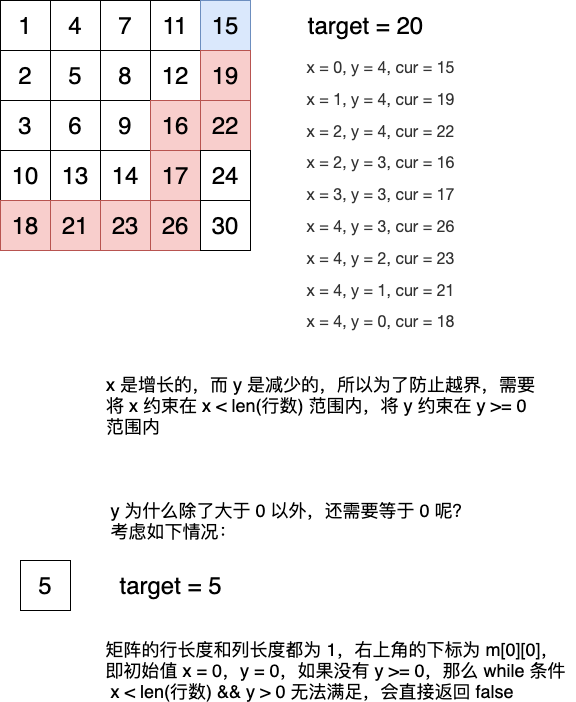
autsu/diagrams keeps this draw.io diagram as offer04-o1.png. Above is the earlier version. Source tidied: cells renumbered, new cells last; positions are measured from the earlier drawing's top-left corner, leaving out a move shared by most shapes.
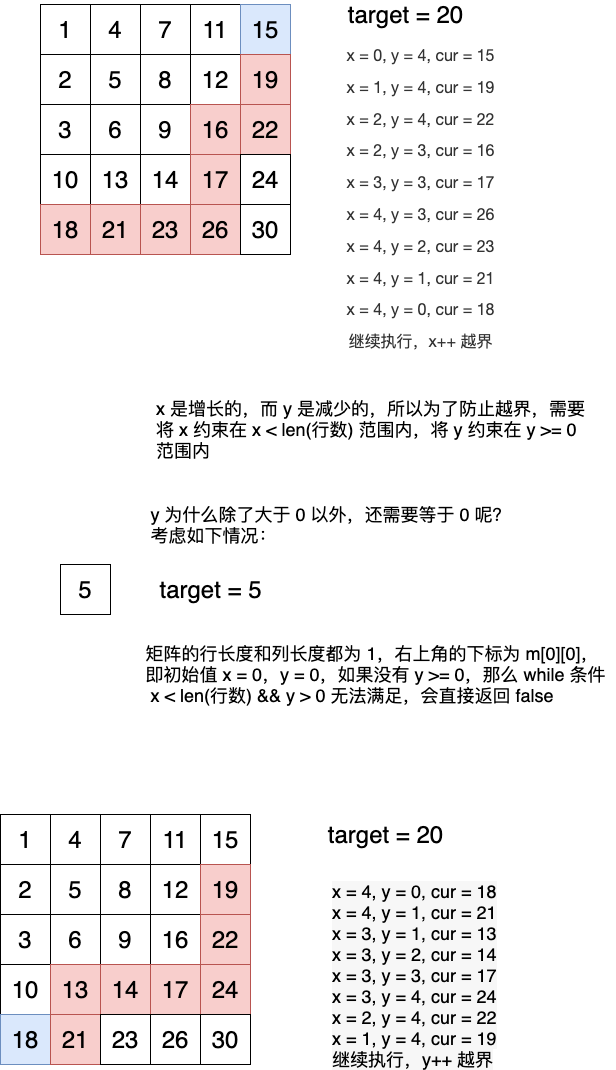
The same diagram one commit later.

The edit, as a diff of the source:
```diff
@@ -78,13 +78,13 @@
       <mxGeometry x="200" y="200" width="50" height="50" as="geometry" />
     </mxCell>
     <mxCell id="27" value="&lt;font style=&quot;font-size: 24px&quot;&gt;target = 20&lt;/font&gt;" style="text;html=1;align=center;verticalAlign=middle;fillColor=none;strokeColor=none;rounded=0;" parent="1" vertex="1">
-      <mxGeometry x="300" y="15" width="130" height="20" as="geometry" />
+      <mxGeometry x="300" width="130" height="20" as="geometry" />
     </mxCell>
-    <mxCell id="28" value="&lt;p class=&quot;md-end-block md-p md-focus&quot; style=&quot;box-sizing: border-box ; line-height: inherit ; margin: 0.8em 0px ; position: relative ; color: rgb(51 , 51 , 51) ; font-family: &amp;#34;open sans&amp;#34; , &amp;#34;clear sans&amp;#34; , &amp;#34;helvetica neue&amp;#34; , &amp;#34;helvetica&amp;#34; , &amp;#34;arial&amp;#34; , sans-serif ; font-size: 16px ; background-color: rgb(255 , 255 , 255)&quot;&gt;&lt;span class=&quot;md-plain&quot; style=&quot;box-sizing: border-box&quot;&gt;x = 0, y = 4, cur = 15 &lt;/span&gt;&lt;/p&gt;&lt;p class=&quot;md-end-block md-p&quot; style=&quot;box-sizing: border-box ; line-height: inherit ; margin: 0.8em 0px ; position: relative ; color: rgb(51 , 51 , 51) ; font-family: &amp;#34;open sans&amp;#34; , &amp;#34;clear sans&amp;#34; , &amp;#34;helvetica neue&amp;#34; , &amp;#34;helvetica&amp;#34; , &amp;#34;arial&amp;#34; , sans-serif ; font-size: 16px ; background-color: rgb(255 , 255 , 255)&quot;&gt;&lt;span class=&quot;md-plain&quot; style=&quot;box-sizing: border-box&quot;&gt;x = 1, y = 4, cur = 19 &lt;/span&gt;&lt;/p&gt;&lt;p class=&quot;md-end-block md-p&quot; style=&quot;box-sizing: border-box ; line-height: inherit ; margin: 0.8em 0px ; position: relative ; color: rgb(51 , 51 , 51) ; font-family: &amp;#34;open sans&amp;#34; , &amp;#34;clear sans&amp;#34; , &amp;#34;helvetica neue&amp;#34; , &amp;#34;helvetica&amp;#34; , &amp;#34;arial&amp;#34; , sans-serif ; font-size: 16px ; background-color: rgb(255 , 255 , 255)&quot;&gt;&lt;span class=&quot;md-plain&quot; style=&quot;box-sizing: border-box&quot;&gt;x = 2, y = 4, cur = 22&lt;/span&gt;&lt;/p&gt;&lt;p class=&quot;md-end-block md-p&quot; style=&quot;box-sizing: border-box ; line-height: inherit ; margin: 0.8em 0px ; position: relative ; color: rgb(51 , 51 , 51) ; font-family: &amp;#34;open sans&amp;#34; , &amp;#34;clear sans&amp;#34; , &amp;#34;helvetica neue&amp;#34; , &amp;#34;helvetica&amp;#34; , &amp;#34;arial&amp;#34; , sans-serif ; font-size: 16px ; background-color: rgb(255 , 255 , 255)&quot;&gt;&lt;span class=&quot;md-plain&quot; style=&quot;box-sizing: border-box&quot;&gt;x = 2, y = 3, cur = 16&lt;/span&gt;&lt;/p&gt;&lt;p class=&quot;md-end-block md-p&quot; style=&quot;box-sizing: border-box ; line-height: inherit ; margin: 0.8em 0px ; position: relative ; color: rgb(51 , 51 , 51) ; font-family: &amp;#34;open sans&amp;#34; , &amp;#34;clear sans&amp;#34; , &amp;#34;helvetica neue&amp;#34; , &amp;#34;helvetica&amp;#34; , &amp;#34;arial&amp;#34; , sans-serif ; font-size: 16px ; background-color: rgb(255 , 255 , 255)&quot;&gt;&lt;span class=&quot;md-plain&quot; style=&quot;box-sizing: border-box&quot;&gt;x = 3, y = 3, cur = 17&lt;/span&gt;&lt;/p&gt;&lt;p class=&quot;md-end-block md-p&quot; style=&quot;box-sizing: border-box ; line-height: inherit ; margin: 0.8em 0px ; position: relative ; color: rgb(51 , 51 , 51) ; font-family: &amp;#34;open sans&amp;#34; , &amp;#34;clear sans&amp;#34; , &amp;#34;helvetica neue&amp;#34; , &amp;#34;helvetica&amp;#34; , &amp;#34;arial&amp;#34; , sans-serif ; font-size: 16px ; background-color: rgb(255 , 255 , 255)&quot;&gt;&lt;span class=&quot;md-plain&quot; style=&quot;box-sizing: border-box&quot;&gt;x = 4, y = 3, cur = 26&lt;/span&gt;&lt;/p&gt;&lt;p class=&quot;md-end-block md-p&quot; style=&quot;box-sizing: border-box ; line-height: inherit ; margin: 0.8em 0px ; position: relative ; color: rgb(51 , 51 , 51) ; font-family: &amp;#34;open sans&amp;#34; , &amp;#34;clear sans&amp;#34; , &amp;#34;helvetica neue&amp;#34; , &amp;#34;helvetica&amp;#34; , &amp;#34;arial&amp;#34; , sans-serif ; font-size: 16px ; background-color: rgb(255 , 255 , 255)&quot;&gt;&lt;span class=&quot;md-plain&quot; style=&quot;box-sizing: border-box&quot;&gt;x = 4, y = 2, cur = 23&lt;/span&gt;&lt;/p&gt;&lt;p class=&quot;md-end-block md-p&quot; style=&quot;box-sizing: border-box ; line-height: inherit ; margin: 0.8em 0px ; position: relative ; color: rgb(51 , 51 , 51) ; font-family: &amp;#34;open sans&amp;#34; , &amp;#34;clear sans&amp;#34; , &amp;#34;helvetica neue&amp;#34; , &amp;#34;helvetica&amp;#34; , &amp;#34;arial&amp;#34; , sans-serif ; font-size: 16px ; background-color: rgb(255 , 255 , 255)&quot;&gt;&lt;span class=&quot;md-plain&quot; style=&quot;box-sizing: border-box&quot;&gt;x = 4, y = 1, cur = 21&lt;/span&gt;&lt;/p&gt;&lt;p class=&quot;md-end-block md-p&quot; style=&quot;box-sizing: border-box ; line-height: inherit ; margin: 0.8em 0px ; position: relative ; color: rgb(51 , 51 , 51) ; font-family: &amp;#34;open sans&amp;#34; , &amp;#34;clear sans&amp;#34; , &amp;#34;helvetica neue&amp;#34; , &amp;#34;helvetica&amp;#34; , &amp;#34;arial&amp;#34; , sans-serif ; font-size: 16px ; background-color: rgb(255 , 255 , 255)&quot;&gt;&lt;span class=&quot;md-plain&quot; style=&quot;box-sizing: border-box&quot;&gt;x = 4, y = 0, cur = 18&lt;/span&gt;&lt;/p&gt;&lt;p class=&quot;md-end-block md-p&quot; style=&quot;box-sizing: border-box ; line-height: inherit ; margin: 0.8em 0px ; position: relative ; color: rgb(51 , 51 , 51) ; font-family: &amp;#34;open sans&amp;#34; , &amp;#34;clear sans&amp;#34; , &amp;#34;helvetica neue&amp;#34; , &amp;#34;helvetica&amp;#34; , &amp;#34;arial&amp;#34; , sans-serif ; font-size: 16px ; background-color: rgb(255 , 255 , 255)&quot;&gt;&lt;br&gt;&lt;/p&gt;" style="text;html=1;align=center;verticalAlign=middle;fillColor=none;strokeColor=none;rounded=0;" parent="1" vertex="1">
-      <mxGeometry x="300" y="65" width="160" height="290" as="geometry" />
+    <mxCell id="28" value="&lt;p class=&quot;md-end-block md-p md-focus&quot; style=&quot;box-sizing: border-box ; line-height: inherit ; margin: 0.8em 0px ; position: relative ; color: rgb(51 , 51 , 51) ; font-family: &amp;#34;open sans&amp;#34; , &amp;#34;clear sans&amp;#34; , &amp;#34;helvetica neue&amp;#34; , &amp;#34;helvetica&amp;#34; , &amp;#34;arial&amp;#34; , sans-serif ; font-size: 16px ; background-color: rgb(255 , 255 , 255)&quot;&gt;&lt;span class=&quot;md-plain&quot; style=&quot;box-sizing: border-box&quot;&gt;x = 0, y = 4, cur = 15 &lt;/span&gt;&lt;/p&gt;&lt;p class=&quot;md-end-block md-p&quot; style=&quot;box-sizing: border-box ; line-height: inherit ; margin: 0.8em 0px ; position: relative ; color: rgb(51 , 51 , 51) ; font-family: &amp;#34;open sans&amp;#34; , &amp;#34;clear sans&amp;#34; , &amp;#34;helvetica neue&amp;#34; , &amp;#34;helvetica&amp;#34; , &amp;#34;arial&amp;#34; , sans-serif ; font-size: 16px ; background-color: rgb(255 , 255 , 255)&quot;&gt;&lt;span class=&quot;md-plain&quot; style=&quot;box-sizing: border-box&quot;&gt;x = 1, y = 4, cur = 19 &lt;/span&gt;&lt;/p&gt;&lt;p class=&quot;md-end-block md-p&quot; style=&quot;box-sizing: border-box ; line-height: inherit ; margin: 0.8em 0px ; position: relative ; color: rgb(51 , 51 , 51) ; font-family: &amp;#34;open sans&amp;#34; , &amp;#34;clear sans&amp;#34; , &amp;#34;helvetica neue&amp;#34; , &amp;#34;helvetica&amp;#34; , &amp;#34;arial&amp;#34; , sans-serif ; font-size: 16px ; background-color: rgb(255 , 255 , 255)&quot;&gt;&lt;span class=&quot;md-plain&quot; style=&quot;box-sizing: border-box&quot;&gt;x = 2, y = 4, cur = 22&lt;/span&gt;&lt;/p&gt;&lt;p class=&quot;md-end-block md-p&quot; style=&quot;box-sizing: border-box ; line-height: inherit ; margin: 0.8em 0px ; position: relative ; color: rgb(51 , 51 , 51) ; font-family: &amp;#34;open sans&amp;#34; , &amp;#34;clear sans&amp;#34; , &amp;#34;helvetica neue&amp;#34; , &amp;#34;helvetica&amp;#34; , &amp;#34;arial&amp;#34; , sans-serif ; font-size: 16px ; background-color: rgb(255 , 255 , 255)&quot;&gt;&lt;span class=&quot;md-plain&quot; style=&quot;box-sizing: border-box&quot;&gt;x = 2, y = 3, cur = 16&lt;/span&gt;&lt;/p&gt;&lt;p class=&quot;md-end-block md-p&quot; style=&quot;box-sizing: border-box ; line-height: inherit ; margin: 0.8em 0px ; position: relative ; color: rgb(51 , 51 , 51) ; font-family: &amp;#34;open sans&amp;#34; , &amp;#34;clear sans&amp;#34; , &amp;#34;helvetica neue&amp;#34; , &amp;#34;helvetica&amp;#34; , &amp;#34;arial&amp;#34; , sans-serif ; font-size: 16px ; background-color: rgb(255 , 255 , 255)&quot;&gt;&lt;span class=&quot;md-plain&quot; style=&quot;box-sizing: border-box&quot;&gt;x = 3, y = 3, cur = 17&lt;/span&gt;&lt;/p&gt;&lt;p class=&quot;md-end-block md-p&quot; style=&quot;box-sizing: border-box ; line-height: inherit ; margin: 0.8em 0px ; position: relative ; color: rgb(51 , 51 , 51) ; font-family: &amp;#34;open sans&amp;#34; , &amp;#34;clear sans&amp;#34; , &amp;#34;helvetica neue&amp;#34; , &amp;#34;helvetica&amp;#34; , &amp;#34;arial&amp;#34; , sans-serif ; font-size: 16px ; background-color: rgb(255 , 255 , 255)&quot;&gt;&lt;span class=&quot;md-plain&quot; style=&quot;box-sizing: border-box&quot;&gt;x = 4, y = 3, cur = 26&lt;/span&gt;&lt;/p&gt;&lt;p class=&quot;md-end-block md-p&quot; style=&quot;box-sizing: border-box ; line-height: inherit ; margin: 0.8em 0px ; position: relative ; color: rgb(51 , 51 , 51) ; font-family: &amp;#34;open sans&amp;#34; , &amp;#34;clear sans&amp;#34; , &amp;#34;helvetica neue&amp;#34; , &amp;#34;helvetica&amp;#34; , &amp;#34;arial&amp;#34; , sans-serif ; font-size: 16px ; background-color: rgb(255 , 255 , 255)&quot;&gt;&lt;span class=&quot;md-plain&quot; style=&quot;box-sizing: border-box&quot;&gt;x = 4, y = 2, cur = 23&lt;/span&gt;&lt;/p&gt;&lt;p class=&quot;md-end-block md-p&quot; style=&quot;box-sizing: border-box ; line-height: inherit ; margin: 0.8em 0px ; position: relative ; color: rgb(51 , 51 , 51) ; font-family: &amp;#34;open sans&amp;#34; , &amp;#34;clear sans&amp;#34; , &amp;#34;helvetica neue&amp;#34; , &amp;#34;helvetica&amp;#34; , &amp;#34;arial&amp;#34; , sans-serif ; font-size: 16px ; background-color: rgb(255 , 255 , 255)&quot;&gt;&lt;span class=&quot;md-plain&quot; style=&quot;box-sizing: border-box&quot;&gt;x = 4, y = 1, cur = 21&lt;/span&gt;&lt;/p&gt;&lt;p class=&quot;md-end-block md-p&quot; style=&quot;box-sizing: border-box ; line-height: inherit ; margin: 0.8em 0px ; position: relative ; color: rgb(51 , 51 , 51) ; font-family: &amp;#34;open sans&amp;#34; , &amp;#34;clear sans&amp;#34; , &amp;#34;helvetica neue&amp;#34; , &amp;#34;helvetica&amp;#34; , &amp;#34;arial&amp;#34; , sans-serif ; font-size: 16px ; background-color: rgb(255 , 255 , 255)&quot;&gt;&lt;span class=&quot;md-plain&quot; style=&quot;box-sizing: border-box&quot;&gt;x = 4, y = 0, cur = 18&lt;/span&gt;&lt;/p&gt;&lt;p class=&quot;md-end-block md-p&quot; style=&quot;box-sizing: border-box ; line-height: inherit ; margin: 0.8em 0px ; position: relative ; color: rgb(51 , 51 , 51) ; font-family: &amp;#34;open sans&amp;#34; , &amp;#34;clear sans&amp;#34; , &amp;#34;helvetica neue&amp;#34; , &amp;#34;helvetica&amp;#34; , &amp;#34;arial&amp;#34; , sans-serif ; font-size: 16px ; background-color: rgb(255 , 255 , 255)&quot;&gt;&lt;span class=&quot;md-plain&quot; style=&quot;box-sizing: border-box&quot;&gt;继续执行，x++ 越界&lt;/span&gt;&lt;/p&gt;&lt;p class=&quot;md-end-block md-p&quot; style=&quot;box-sizing: border-box ; line-height: inherit ; margin: 0.8em 0px ; position: relative ; color: rgb(51 , 51 , 51) ; font-family: &amp;#34;open sans&amp;#34; , &amp;#34;clear sans&amp;#34; , &amp;#34;helvetica neue&amp;#34; , &amp;#34;helvetica&amp;#34; , &amp;#34;arial&amp;#34; , sans-serif ; font-size: 16px ; background-color: rgb(255 , 255 , 255)&quot;&gt;&lt;br&gt;&lt;/p&gt;" style="text;html=1;align=center;verticalAlign=middle;fillColor=none;strokeColor=none;rounded=0;" parent="1" vertex="1">
+      <mxGeometry x="300" y="55" width="160" height="310" as="geometry" />
     </mxCell>
     <mxCell id="29" value="&lt;font style=&quot;font-size: 18px&quot;&gt;x 是增长的，而 y 是减少的，所以为了防止越界，需要&lt;br&gt;&lt;div style=&quot;text-align: left&quot;&gt;&lt;span&gt;将 x 约束在 x &amp;lt; len(行数) 范围内，将 y 约束在 y &amp;gt;= 0&lt;/span&gt;&lt;/div&gt;&lt;div style=&quot;text-align: left&quot;&gt;&lt;span&gt;范围内&amp;nbsp;&amp;nbsp;&lt;/span&gt;&lt;/div&gt;&lt;/font&gt;" style="text;html=1;align=center;verticalAlign=middle;fillColor=none;strokeColor=none;rounded=0;" parent="1" vertex="1">
-      <mxGeometry x="100" y="380" width="440" height="50" as="geometry" />
+      <mxGeometry x="110" y="400" width="440" height="50" as="geometry" />
     </mxCell>
     <mxCell id="30" value="&lt;font style=&quot;font-size: 24px&quot;&gt;5&lt;/font&gt;" style="rounded=0;whiteSpace=wrap;html=1;" parent="1" vertex="1">
       <mxGeometry x="20" y="560" width="50" height="50" as="geometry" />
@@ -98,5 +98,86 @@
     <mxCell id="33" value="&lt;font style=&quot;font-size: 24px&quot;&gt;target = 5&lt;/font&gt;" style="text;html=1;align=center;verticalAlign=middle;fillColor=none;strokeColor=none;rounded=0;" parent="1" vertex="1">
       <mxGeometry x="110" y="575" width="120" height="20" as="geometry" />
     </mxCell>
+    <mxCell id="34" value="&lt;font style=&quot;font-size: 24px&quot;&gt;1&lt;/font&gt;" style="rounded=0;whiteSpace=wrap;html=1;" parent="1" vertex="1">
+      <mxGeometry x="-40" y="810" width="50" height="50" as="geometry" />
+    </mxCell>
+    <mxCell id="35" value="&lt;font style=&quot;font-size: 24px&quot;&gt;4&lt;/font&gt;" style="rounded=0;whiteSpace=wrap;html=1;" parent="1" vertex="1">
+      <mxGeometry x="10" y="810" width="50" height="50" as="geometry" />
+    </mxCell>
+    <mxCell id="36" value="&lt;font style=&quot;font-size: 24px&quot;&gt;7&lt;/font&gt;" style="rounded=0;whiteSpace=wrap;html=1;" parent="1" vertex="1">
+      <mxGeometry x="60" y="810" width="50" height="50" as="geometry" />
+    </mxCell>
+    <mxCell id="37" value="&lt;font style=&quot;font-size: 24px&quot;&gt;11&lt;/font&gt;" style="rounded=0;whiteSpace=wrap;html=1;" parent="1" vertex="1">
+      <mxGeometry x="110" y="810" width="50" height="50" as="geometry" />
+    </mxCell>
+    <mxCell id="38" value="&lt;font style=&quot;font-size: 24px&quot;&gt;15&lt;/font&gt;" style="rounded=0;whiteSpace=wrap;html=1;" parent="1" vertex="1">
+      <mxGeometry x="160" y="810" width="50" height="50" as="geometry" />
+    </mxCell>
+    <mxCell id="39" value="&lt;font style=&quot;font-size: 24px&quot;&gt;2&lt;/font&gt;" style="rounded=0;whiteSpace=wrap;html=1;" parent="1" vertex="1">
+      <mxGeometry x="-40" y="860" width="50" height="50" as="geometry" />
+    </mxCell>
+    <mxCell id="40" value="&lt;font style=&quot;font-size: 24px&quot;&gt;5&lt;/font&gt;" style="rounded=0;whiteSpace=wrap;html=1;" parent="1" vertex="1">
+      <mxGeometry x="10" y="860" width="50" height="50" as="geometry" />
+    </mxCell>
+    <mxCell id="41" value="&lt;font style=&quot;font-size: 24px&quot;&gt;8&lt;/font&gt;" style="rounded=0;whiteSpace=wrap;html=1;" parent="1" vertex="1">
+      <mxGeometry x="60" y="860" width="50" height="50" as="geometry" />
+    </mxCell>
+    <mxCell id="42" value="&lt;font style=&quot;font-size: 24px&quot;&gt;12&lt;/font&gt;" style="rounded=0;whiteSpace=wrap;html=1;" parent="1" vertex="1">
+      <mxGeometry x="110" y="860" width="50" height="50" as="geometry" />
+    </mxCell>
+    <mxCell id="43" value="&lt;font style=&quot;font-size: 24px&quot;&gt;19&lt;/font&gt;" style="rounded=0;whiteSpace=wrap;html=1;fillColor=#f8cecc;strokeColor=#b85450;" parent="1" vertex="1">
+      <mxGeometry x="160" y="860" width="50" height="50" as="geometry" />
+    </mxCell>
+    <mxCell id="44" value="&lt;font style=&quot;font-size: 24px&quot;&gt;3&lt;/font&gt;" style="rounded=0;whiteSpace=wrap;html=1;" parent="1" vertex="1">
+      <mxGeometry x="-40" y="910" width="50" height="50" as="geometry" />
+    </mxCell>
+    <mxCell id="45" value="&lt;font style=&quot;font-size: 24px&quot;&gt;6&lt;/font&gt;" style="rounded=0;whiteSpace=wrap;html=1;" parent="1" vertex="1">
+      <mxGeometry x="10" y="910" width="50" height="50" as="geometry" />
+    </mxCell>
+    <mxCell id="46" value="&lt;font style=&quot;font-size: 24px&quot;&gt;9&lt;/font&gt;" style="rounded=0;whiteSpace=wrap;html=1;" parent="1" vertex="1">
+      <mxGeometry x="60" y="910" width="50" height="50" as="geometry" />
+    </mxCell>
+    <mxCell id="47" value="&lt;font style=&quot;font-size: 24px&quot;&gt;16&lt;/font&gt;" style="rounded=0;whiteSpace=wrap;html=1;" parent="1" vertex="1">
+      <mxGeometry x="110" y="910" width="50" height="50" as="geometry" />
+    </mxCell>
+    <mxCell id="48" value="&lt;font style=&quot;font-size: 24px&quot;&gt;22&lt;/font&gt;" style="rounded=0;whiteSpace=wrap;html=1;fillColor=#f8cecc;strokeColor=#b85450;" parent="1" vertex="1">
+      <mxGeometry x="160" y="910" width="50" height="50" as="geometry" />
+    </mxCell>
+    <mxCell id="49" value="&lt;font style=&quot;font-size: 24px&quot;&gt;10&lt;/font&gt;" style="rounded=0;whiteSpace=wrap;html=1;" parent="1" vertex="1">
+      <mxGeometry x="-40" y="960" width="50" height="50" as="geometry" />
+    </mxCell>
+    <mxCell id="50" value="&lt;font style=&quot;font-size: 24px&quot;&gt;13&lt;/font&gt;" style="rounded=0;whiteSpace=wrap;html=1;fillColor=#f8cecc;strokeColor=#b85450;" parent="1" vertex="1">
+      <mxGeometry x="10" y="960" width="50" height="50" as="geometry" />
+    </mxCell>
+    <mxCell id="51" value="&lt;font style=&quot;font-size: 24px&quot;&gt;14&lt;/font&gt;" style="rounded=0;whiteSpace=wrap;html=1;fillColor=#f8cecc;strokeColor=#b85450;" parent="1" vertex="1">
+      <mxGeometry x="60" y="960" width="50" height="50" as="geometry" />
+    </mxCell>
+    <mxCell id="52" value="&lt;font style=&quot;font-size: 24px&quot;&gt;17&lt;/font&gt;" style="rounded=0;whiteSpace=wrap;html=1;fillColor=#f8cecc;strokeColor=#b85450;" parent="1" vertex="1">
+      <mxGeometry x="110" y="960" width="50" height="50" as="geometry" />
+    </mxCell>
+    <mxCell id="53" value="&lt;font style=&quot;font-size: 24px&quot;&gt;24&lt;/font&gt;" style="rounded=0;whiteSpace=wrap;html=1;fillColor=#f8cecc;strokeColor=#b85450;" parent="1" vertex="1">
+      <mxGeometry x="160" y="960" width="50" height="50" as="geometry" />
+    </mxCell>
+    <mxCell id="54" value="&lt;font style=&quot;font-size: 24px&quot;&gt;18&lt;/font&gt;" style="rounded=0;whiteSpace=wrap;html=1;fillColor=#dae8fc;strokeColor=#6c8ebf;" parent="1" vertex="1">
+      <mxGeometry x="-40" y="1010" width="50" height="50" as="geometry" />
+    </mxCell>
+    <mxCell id="55" value="&lt;font style=&quot;font-size: 24px&quot;&gt;21&lt;/font&gt;" style="rounded=0;whiteSpace=wrap;html=1;fillColor=#f8cecc;strokeColor=#b85450;" parent="1" vertex="1">
+      <mxGeometry x="10" y="1010" width="50" height="50" as="geometry" />
+    </mxCell>
+    <mxCell id="56" value="&lt;font style=&quot;font-size: 24px&quot;&gt;23&lt;/font&gt;" style="rounded=0;whiteSpace=wrap;html=1;" parent="1" vertex="1">
+      <mxGeometry x="60" y="1010" width="50" height="50" as="geometry" />
+    </mxCell>
+    <mxCell id="57" value="&lt;font style=&quot;font-size: 24px&quot;&gt;26&lt;/font&gt;" style="rounded=0;whiteSpace=wrap;html=1;" parent="1" vertex="1">
+      <mxGeometry x="110" y="1010" width="50" height="50" as="geometry" />
+    </mxCell>
+    <mxCell id="58" value="&lt;font style=&quot;font-size: 24px&quot;&gt;30&lt;/font&gt;" style="rounded=0;whiteSpace=wrap;html=1;" parent="1" vertex="1">
+      <mxGeometry x="160" y="1010" width="50" height="50" as="geometry" />
+    </mxCell>
+    <mxCell id="59" value="&lt;font style=&quot;font-size: 24px&quot;&gt;target = 20&lt;/font&gt;" style="text;html=1;align=center;verticalAlign=middle;fillColor=none;strokeColor=none;rounded=0;" parent="1" vertex="1">
+      <mxGeometry x="280" y="820" width="130" height="20" as="geometry" />
+    </mxCell>
+    <mxCell id="60" value="&lt;font style=&quot;font-size: 18px&quot;&gt;&lt;span style=&quot;color: rgb(0 , 0 , 0) ; font-style: normal ; font-weight: 400 ; letter-spacing: normal ; text-indent: 0px ; text-transform: none ; word-spacing: 0px ; background-color: rgb(247 , 247 , 247) ; display: inline ; float: none&quot;&gt;x = 4, y = 0, cur = 18&lt;br&gt;&lt;/span&gt;&lt;span style=&quot;color: rgb(0 , 0 , 0) ; font-style: normal ; font-weight: 400 ; letter-spacing: normal ; text-indent: 0px ; text-transform: none ; word-spacing: 0px ; background-color: rgb(247 , 247 , 247) ; display: inline ; float: none&quot;&gt;x = 4, y = 1, cur = 21&lt;br&gt;&lt;/span&gt;&lt;span style=&quot;color: rgb(0 , 0 , 0) ; font-style: normal ; font-weight: 400 ; letter-spacing: normal ; text-indent: 0px ; text-transform: none ; word-spacing: 0px ; background-color: rgb(247 , 247 , 247) ; display: inline ; float: none&quot;&gt;x = 3, y = 1, cur = 13&lt;br&gt;&lt;/span&gt;&lt;span style=&quot;color: rgb(0 , 0 , 0) ; font-style: normal ; font-weight: 400 ; letter-spacing: normal ; text-indent: 0px ; text-transform: none ; word-spacing: 0px ; background-color: rgb(247 , 247 , 247) ; display: inline ; float: none&quot;&gt;x = 3, y = 2, cur = 14&lt;br&gt;&lt;/span&gt;&lt;span style=&quot;color: rgb(0 , 0 , 0) ; font-style: normal ; font-weight: 400 ; letter-spacing: normal ; text-indent: 0px ; text-transform: none ; word-spacing: 0px ; background-color: rgb(247 , 247 , 247) ; display: inline ; float: none&quot;&gt;x = 3, y = 3, cur = 17&lt;br&gt;&lt;/span&gt;&lt;span style=&quot;color: rgb(0 , 0 , 0) ; font-style: normal ; font-weight: 400 ; letter-spacing: normal ; text-indent: 0px ; text-transform: none ; word-spacing: 0px ; background-color: rgb(247 , 247 , 247) ; display: inline ; float: none&quot;&gt;x = 3, y = 4, cur = 24&lt;br&gt;&lt;/span&gt;&lt;span style=&quot;color: rgb(0 , 0 , 0) ; font-style: normal ; font-weight: 400 ; letter-spacing: normal ; text-indent: 0px ; text-transform: none ; word-spacing: 0px ; background-color: rgb(247 , 247 , 247) ; display: inline ; float: none&quot;&gt;x = 2, y = 4, cur = 22&lt;br&gt;&lt;/span&gt;&lt;span style=&quot;color: rgb(0 , 0 , 0) ; font-style: normal ; font-weight: 400 ; letter-spacing: normal ; text-indent: 0px ; text-transform: none ; word-spacing: 0px ; background-color: rgb(247 , 247 , 247) ; display: inline ; float: none&quot;&gt;x = 1, y = 4, cur = 19&lt;br&gt;继续执行，y++ 越界&lt;br&gt;&lt;/span&gt;&lt;/font&gt;" style="text;whiteSpace=wrap;html=1;" parent="1" vertex="1">
+      <mxGeometry x="290" y="870" width="180" height="170" as="geometry" />
+    </mxCell>
   </root>
 </mxGraphModel>
```
